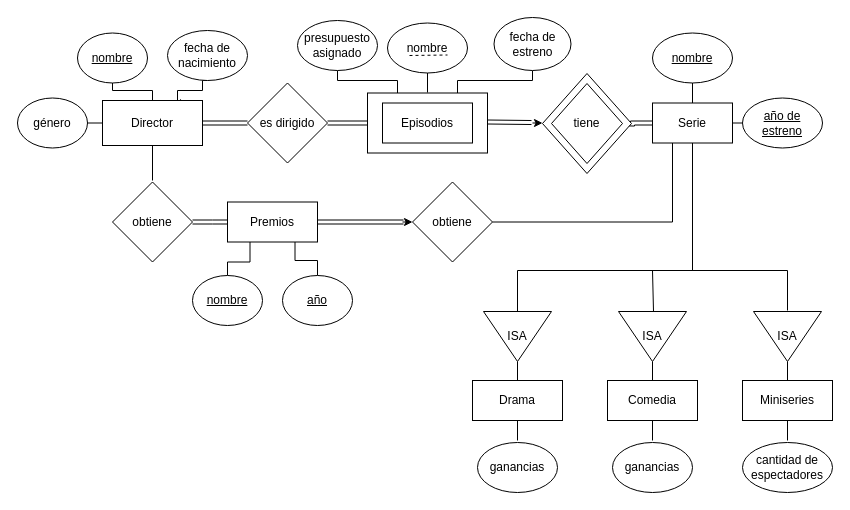
Earlier version of the draw.io diagram P1.drawio (jcitog/BBDD). Source tidied: cells renumbered, new cells numbered last; positions are measured from the earlier drawing's top-left corner, leaving out a move shared by most shapes. Both pictures are drawn from the tidied source at 100%, with x=0, y=0 at pixel (17, 17).
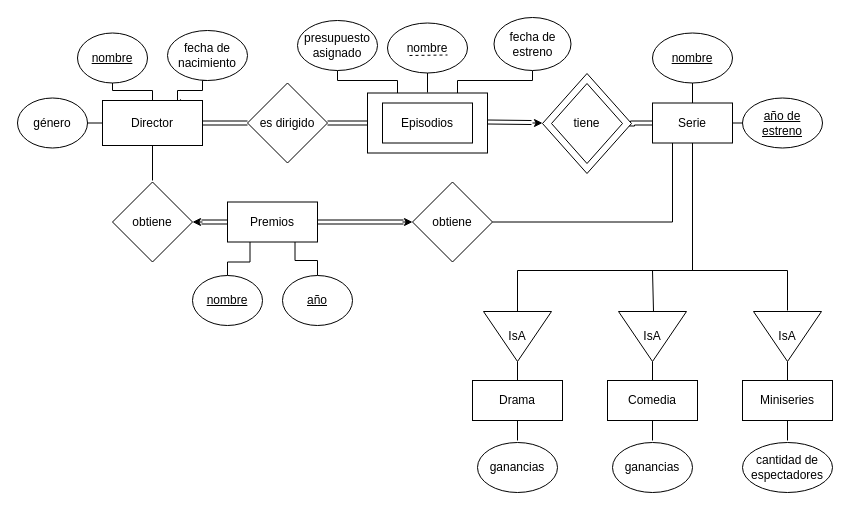
The same page after the edit.

The change refers to these unchanged cells:
```xml
<mxCell id="27" value="Premios" style="rounded=0;whiteSpace=wrap;html=1;" parent="1" vertex="1">
  <mxGeometry x="210" y="184.5" width="90" height="40" as="geometry" />
</mxCell>
<mxCell id="60" value="obtiene" style="rhombus;whiteSpace=wrap;html=1;" parent="1" vertex="1">
  <mxGeometry x="95" y="164.5" width="80" height="80" as="geometry" />
</mxCell>
```

The edit, as a diff of the source:
```diff
@@
+    <mxCell id="65" style="edgeStyle=orthogonalEdgeStyle;shape=link;rounded=0;jettySize=auto;html=1;exitX=0;exitY=0.5;exitDx=0;exitDy=0;" parent="1" edge="1" source="27">
+      <mxGeometry relative="1" as="geometry">
+        <mxPoint x="184" y="205" as="targetPoint" />
+      </mxGeometry>
+    </mxCell>
@@
-    <mxCell id="35" value="ISA" style="triangle;whiteSpace=wrap;html=1;rotation=90;verticalAlign=middle;horizontal=0;" parent="1" vertex="1">
+    <mxCell id="35" value="IsA" style="triangle;whiteSpace=wrap;html=1;rotation=90;verticalAlign=middle;horizontal=0;" parent="1" vertex="1">
       <mxGeometry x="475" y="285" width="50" height="68" as="geometry" />
     </mxCell>
@@
-    <mxCell id="48" value="ISA" style="triangle;whiteSpace=wrap;html=1;rotation=90;verticalAlign=middle;horizontal=0;" parent="1" vertex="1">
+    <mxCell id="48" value="IsA" style="triangle;whiteSpace=wrap;html=1;rotation=90;verticalAlign=middle;horizontal=0;" parent="1" vertex="1">
       <mxGeometry x="745" y="285" width="50" height="68" as="geometry" />
     </mxCell>
@@
-    <mxCell id="50" value="ISA" style="triangle;whiteSpace=wrap;html=1;rotation=90;verticalAlign=middle;horizontal=0;" parent="1" vertex="1">
+    <mxCell id="50" value="IsA" style="triangle;whiteSpace=wrap;html=1;rotation=90;verticalAlign=middle;horizontal=0;" parent="1" vertex="1">
       <mxGeometry x="610" y="285" width="50" height="68" as="geometry" />
     </mxCell>
@@
-    <mxCell id="61" style="edgeStyle=orthogonalEdgeStyle;shape=link;rounded=0;jettySize=auto;html=1;exitX=0;exitY=0.5;exitDx=0;exitDy=0;endArrow=classic;endFill=1;" parent="1" edge="1" source="27" target="60">
-      <mxGeometry relative="1" as="geometry" />
-    </mxCell>
@@
+    <mxCell id="66" style="endArrow=classic;html=1;" parent="1" edge="1">
+      <mxGeometry relative="1" as="geometry">
+        <mxPoint x="185" y="204.5" as="sourcePoint" />
+        <mxPoint x="175" y="204.5" as="targetPoint" />
+      </mxGeometry>
+    </mxCell>
```
